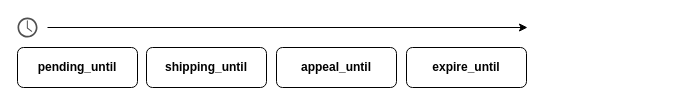
The draw.io diagram z/docs/time.drawio in fossabot/pairfy, before the edit. Source tidied: cells renumbered, new cells numbered last; positions are measured from the earlier drawing's top-left corner, leaving out a move shared by most shapes. Both pictures are drawn from the tidied source at 100%, with x=0, y=0 at pixel (17, 17).
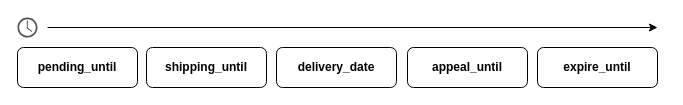
Above is the later version.

What changed in the source:
```diff
@@
 <mxGraphModel>
   <root>
     <mxCell id="0" />
     <mxCell id="1" parent="0" />
     <mxCell id="2" style="endArrow=classic;html=1;rounded=0;" parent="1" edge="1">
       <mxGeometry relative="1" as="geometry">
         <mxPoint x="30" y="10" as="sourcePoint" />
-        <mxPoint x="510" y="10" as="targetPoint" />
+        <mxPoint x="640" y="10" as="targetPoint" />
       </mxGeometry>
     </mxCell>
     <mxCell id="3" value="expire_until" style="rounded=1;whiteSpace=wrap;html=1;fontStyle=1;" parent="1" vertex="1">
-      <mxGeometry x="389" y="30" width="120" height="40" as="geometry" />
+      <mxGeometry x="520" y="30" width="120" height="40" as="geometry" />
     </mxCell>
-    <mxCell id="4" value="appeal_until" style="rounded=1;whiteSpace=wrap;html=1;fontStyle=1;" parent="1" vertex="1">
+    <mxCell id="4" value="delivery_date" style="rounded=1;whiteSpace=wrap;html=1;fontStyle=1;" parent="1" vertex="1">
       <mxGeometry x="259" y="30" width="120" height="40" as="geometry" />
     </mxCell>
     <mxCell id="5" value="&lt;b&gt;shipping_until&lt;/b&gt;" style="rounded=1;whiteSpace=wrap;html=1;" parent="1" vertex="1">
       <mxGeometry x="129" y="30" width="120" height="40" as="geometry" />
     </mxCell>
     <mxCell id="6" value="&lt;b&gt;pending_until&lt;/b&gt;" style="rounded=1;whiteSpace=wrap;html=1;" parent="1" vertex="1">
       <mxGeometry y="30" width="120" height="40" as="geometry" />
     </mxCell>
     <mxCell id="7" style="sketch=0;shadow=0;dashed=0;html=1;strokeColor=none;fillColor=#505050;labelPosition=center;verticalLabelPosition=bottom;verticalAlign=top;align=center;shape=mxgraph.office.concepts.clock;" parent="1" vertex="1">
       <mxGeometry width="20" height="20" as="geometry" />
     </mxCell>
+    <mxCell id="8" value="appeal_until" style="rounded=1;whiteSpace=wrap;html=1;fontStyle=1;" parent="1" vertex="1">
+      <mxGeometry x="390" y="30" width="120" height="40" as="geometry" />
+    </mxCell>
   </root>
 </mxGraphModel>
```
